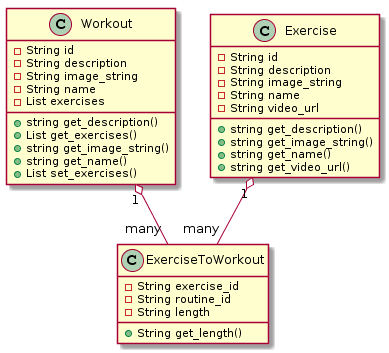
Above: doc/ds/class_diagram.png in karolinaoparczyk/Python_GTK (PlantUML), before the change.
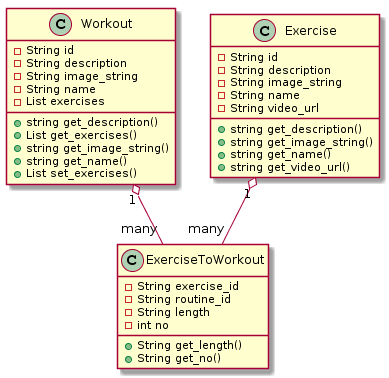
After the change.

The edit, as a diff of the source:
```diff
@@ -31,6 +31,8 @@
 	-String exercise_id
 	-String routine_id
 	-String length
+	-int no
 	+String get_length()
+	+String get_no()
 }
 @enduml
```
